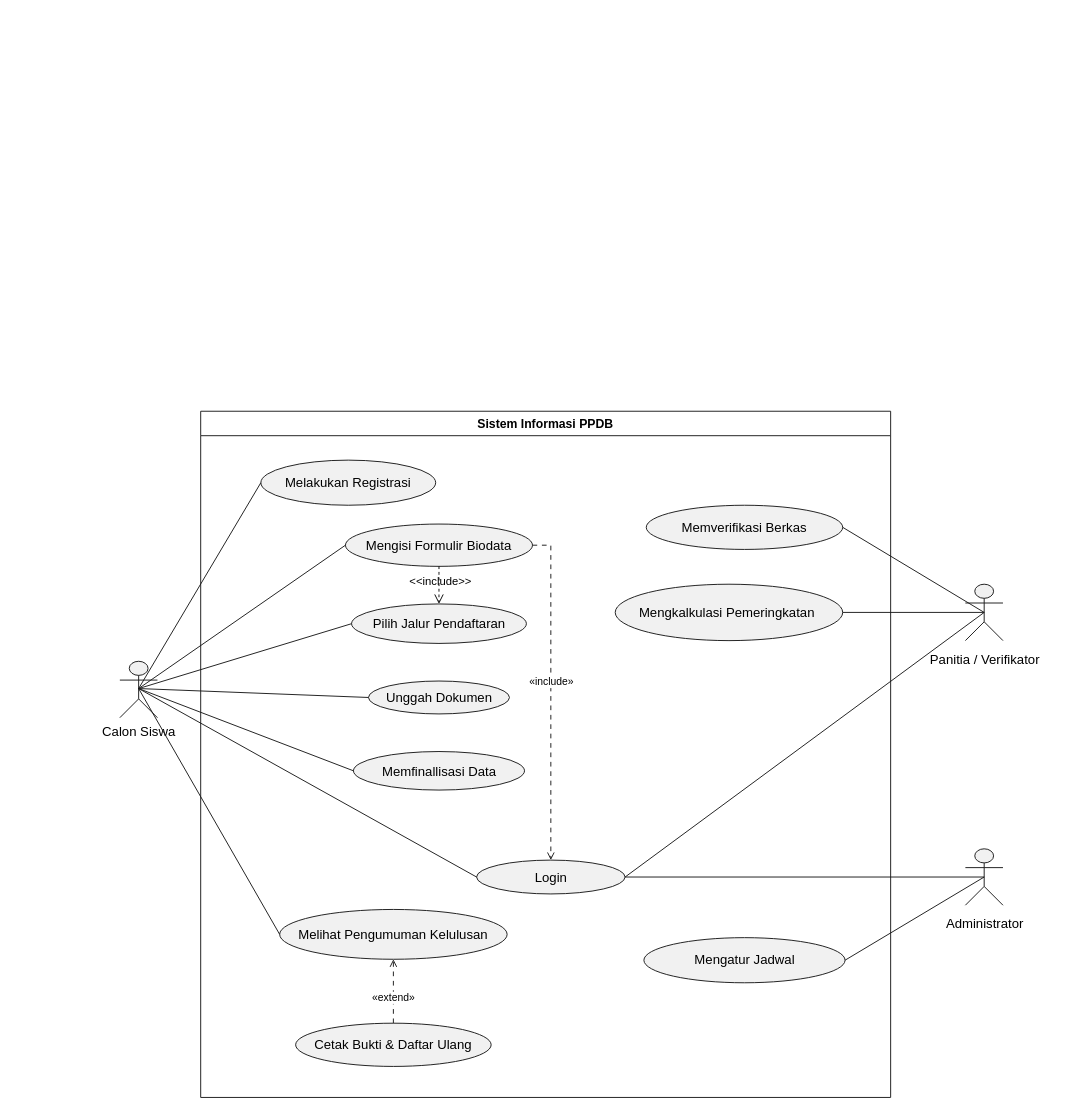
This is Use Case PPDB.drawio from Natarchh/Sistem-Informasi-Pendaftaran-Sekolah, a draw.io file, before an edit. Source tidied: cells renumbered, new cells numbered last; positions are measured from the earlier drawing's top-left corner, leaving out a move shared by most shapes. Both pictures are drawn from the tidied source at 94%, with x=0, y=0 at pixel (16, 16).
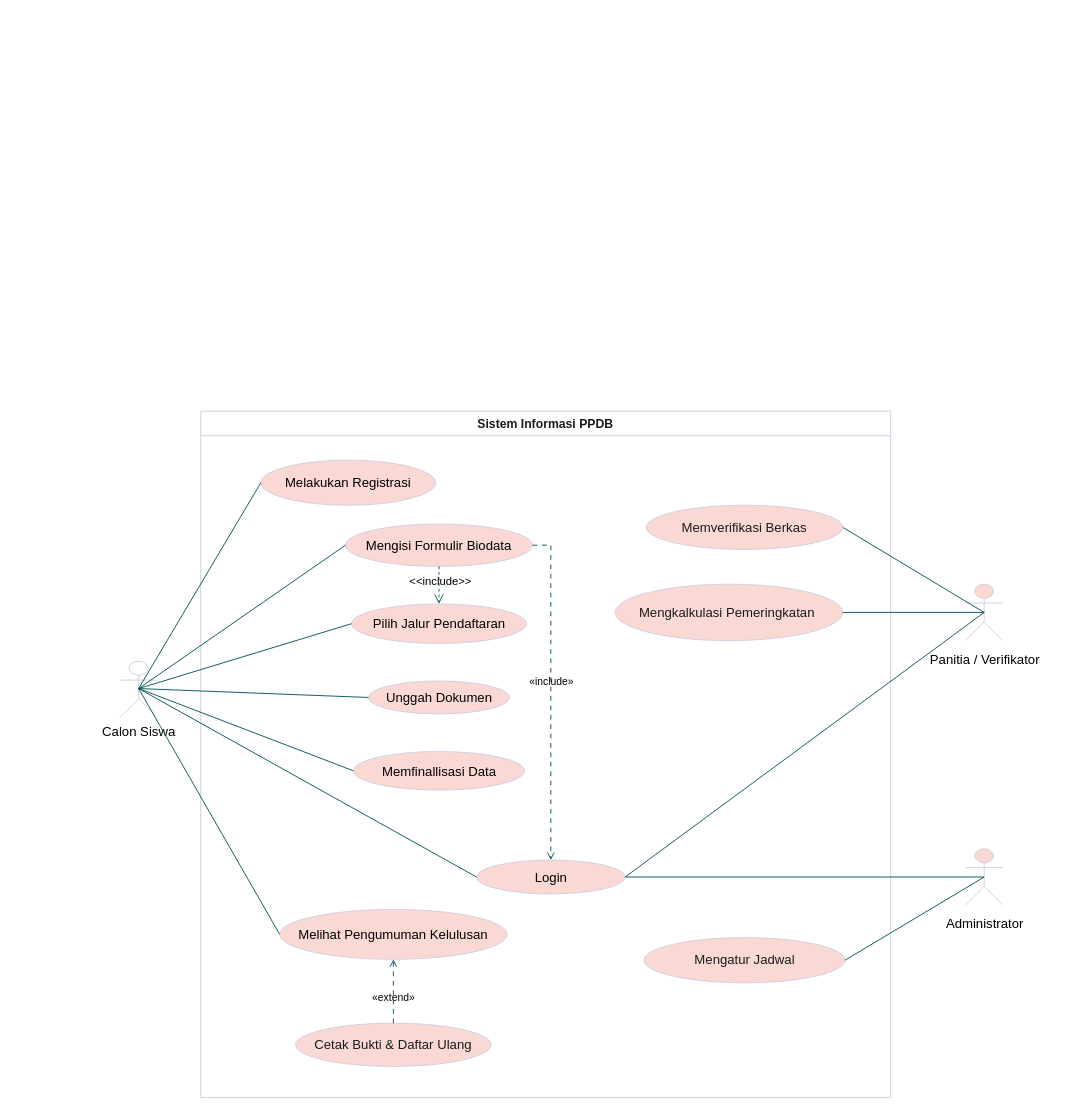
The same diagram, later.

The edit, as a diff of the source:
```diff
@@
-<mxGraphModel>
+<mxGraphModel background="light-dark(#ffffff, #121212)">
@@
-    <mxCell id="2" style="group;transparentBounds=1;editIcon=1;lockedGroup=0;groupPadding=10 10 40 10;" parent="1" vertex="1">
+    <mxCell id="2" style="group;transparentBounds=1;editIcon=1;lockedGroup=0;groupPadding=10 10 40 10;rounded=0;labelBackgroundColor=none;fontColor=#1A1A1A;" parent="1" vertex="1">
       <mxGeometry as="geometry" />
     </mxCell>
-    <mxCell id="3" value="Sistem Informasi PPDB" style="swimlane;startSize=26;fillColor=none;strokeColor=#181818;fontColor=#000000;fontSize=13;fontStyle=1;whiteSpace=wrap;" parent="2" vertex="1">
+    <mxCell id="3" value="Sistem Informasi PPDB" style="swimlane;startSize=26;fillColor=none;strokeColor=#D0CEE2;fontColor=#1A1A1A;fontSize=13;fontStyle=1;whiteSpace=wrap;rounded=0;labelBackgroundColor=none;" parent="2" vertex="1">
       <mxGeometry x="196" y="420" width="734" height="730" as="geometry" />
     </mxCell>
-    <mxCell id="4" value="Melakukan Registrasi" style="ellipse;html=1;fillColor=#F1F1F1;strokeColor=#181818;whiteSpace=wrap;fontColor=#000000;fontSize=14;" parent="3" vertex="1">
+    <mxCell id="4" value="&lt;span style=&quot;color: light-dark(rgb(0, 0, 0), rgb(0, 0, 0));&quot;&gt;Melakukan Registrasi&lt;/span&gt;" style="ellipse;html=1;fillColor=#FAD9D5;strokeColor=#D0CEE2;whiteSpace=wrap;fontColor=#1A1A1A;fontSize=14;rounded=0;labelBackgroundColor=none;" parent="3" vertex="1">
       <mxGeometry x="64" y="52" width="186" height="48" as="geometry" />
     </mxCell>
-    <mxCell id="5" value="Mengisi Formulir Biodata" style="ellipse;html=1;fillColor=#F1F1F1;strokeColor=#181818;whiteSpace=wrap;fontColor=#000000;fontSize=14;" parent="3" vertex="1">
+    <mxCell id="5" value="&lt;span style=&quot;color: light-dark(rgb(0, 0, 0), rgb(0, 0, 0));&quot;&gt;Mengisi Formulir Biodata&lt;/span&gt;" style="ellipse;html=1;fillColor=#FAD9D5;strokeColor=#D0CEE2;whiteSpace=wrap;fontColor=#1A1A1A;fontSize=14;rounded=0;labelBackgroundColor=none;" parent="3" vertex="1">
       <mxGeometry x="154" y="120" width="199" height="45" as="geometry" />
     </mxCell>
-    <mxCell id="6" value="Pilih Jalur Pendaftaran" style="ellipse;html=1;fillColor=#F1F1F1;strokeColor=#181818;whiteSpace=wrap;fontColor=#000000;fontSize=14;" parent="3" vertex="1">
+    <mxCell id="6" value="&lt;span style=&quot;color: light-dark(rgb(0, 0, 0), rgb(0, 0, 0));&quot;&gt;Pilih Jalur Pendaftaran&lt;/span&gt;" style="ellipse;html=1;fillColor=#FAD9D5;strokeColor=#D0CEE2;whiteSpace=wrap;fontColor=#1A1A1A;fontSize=14;rounded=0;labelBackgroundColor=none;" parent="3" vertex="1">
       <mxGeometry x="160.5" y="205" width="186" height="42" as="geometry" />
     </mxCell>
-    <mxCell id="7" value="Unggah Dokumen" style="ellipse;html=1;fillColor=#F1F1F1;strokeColor=#181818;whiteSpace=wrap;fontColor=#000000;fontSize=14;" parent="3" vertex="1">
+    <mxCell id="7" value="&lt;span style=&quot;color: light-dark(rgb(0, 0, 0), rgb(0, 0, 0));&quot;&gt;Unggah Dokumen&lt;/span&gt;" style="ellipse;html=1;fillColor=#FAD9D5;strokeColor=#D0CEE2;whiteSpace=wrap;fontColor=#1A1A1A;fontSize=14;rounded=0;labelBackgroundColor=none;" parent="3" vertex="1">
       <mxGeometry x="178.5" y="287" width="150" height="35" as="geometry" />
     </mxCell>
-    <mxCell id="8" value="Memfinallisasi Data" style="ellipse;html=1;fillColor=#F1F1F1;strokeColor=#181818;whiteSpace=wrap;fontColor=#000000;fontSize=14;" parent="3" vertex="1">
+    <mxCell id="8" value="&lt;span style=&quot;color: light-dark(rgb(0, 0, 0), rgb(0, 0, 0));&quot;&gt;Memfinallisasi Data&lt;/span&gt;" style="ellipse;html=1;fillColor=#FAD9D5;strokeColor=#D0CEE2;whiteSpace=wrap;fontColor=#1A1A1A;fontSize=14;rounded=0;labelBackgroundColor=none;" parent="3" vertex="1">
       <mxGeometry x="162.5" y="362" width="182" height="41" as="geometry" />
     </mxCell>
-    <mxCell id="9" value="Melihat Pengumuman Kelulusan" style="ellipse;html=1;fillColor=#F1F1F1;strokeColor=#181818;whiteSpace=wrap;fontColor=#000000;fontSize=14;" parent="3" vertex="1">
+    <mxCell id="9" value="&lt;span style=&quot;color: light-dark(rgb(0, 0, 0), rgb(0, 0, 0));&quot;&gt;Melihat Pengumuman Kelulusan&lt;/span&gt;" style="ellipse;html=1;fillColor=#FAD9D5;strokeColor=#D0CEE2;whiteSpace=wrap;fontColor=#1A1A1A;fontSize=14;rounded=0;labelBackgroundColor=none;" parent="3" vertex="1">
       <mxGeometry x="84" y="530" width="242" height="53" as="geometry" />
     </mxCell>
-    <mxCell id="10" value="Login" style="ellipse;html=1;fillColor=#F1F1F1;strokeColor=#181818;whiteSpace=wrap;fontColor=#000000;fontSize=14;" parent="3" vertex="1">
+    <mxCell id="10" value="&lt;span style=&quot;color: light-dark(rgb(0, 0, 0), rgb(0, 0, 0));&quot;&gt;Login&lt;/span&gt;" style="ellipse;html=1;fillColor=light-dark(#FAD9D5,#99FFFF);strokeColor=light-dark(#D0CEE2,#006666);whiteSpace=wrap;fontColor=#1A1A1A;fontSize=14;rounded=0;labelBackgroundColor=none;" parent="3" vertex="1">
       <mxGeometry x="293.5" y="477.5" width="158" height="36" as="geometry" />
     </mxCell>
-    <mxCell id="11" value="Memverifikasi Berkas" style="ellipse;html=1;fillColor=#F1F1F1;strokeColor=#181818;whiteSpace=wrap;fontColor=#000000;fontSize=14;" parent="3" vertex="1">
+    <mxCell id="11" value="Memverifikasi Berkas" style="ellipse;html=1;fillColor=#FAD9D5;strokeColor=#D0CEE2;whiteSpace=wrap;fontColor=#1A1A1A;fontSize=14;rounded=0;labelBackgroundColor=none;" parent="3" vertex="1">
       <mxGeometry x="474" y="100" width="209" height="47" as="geometry" />
     </mxCell>
-    <mxCell id="12" value="Mengkalkulasi Pemeringkatan&amp;nbsp;" style="ellipse;html=1;fillColor=#F1F1F1;strokeColor=#181818;whiteSpace=wrap;fontColor=#000000;fontSize=14;" parent="3" vertex="1">
+    <mxCell id="12" value="Mengkalkulasi Pemeringkatan&amp;nbsp;" style="ellipse;html=1;fillColor=#FAD9D5;strokeColor=#D0CEE2;whiteSpace=wrap;fontColor=#1A1A1A;fontSize=14;rounded=0;labelBackgroundColor=none;" parent="3" vertex="1">
       <mxGeometry x="441" y="184" width="242" height="60" as="geometry" />
     </mxCell>
-    <mxCell id="13" value="Mengatur Jadwal" style="ellipse;html=1;fillColor=#F1F1F1;strokeColor=#181818;whiteSpace=wrap;fontColor=#000000;fontSize=14;" parent="3" vertex="1">
+    <mxCell id="13" value="Mengatur Jadwal" style="ellipse;html=1;fillColor=#FAD9D5;strokeColor=#D0CEE2;whiteSpace=wrap;fontColor=#1A1A1A;fontSize=14;rounded=0;labelBackgroundColor=none;" parent="3" vertex="1">
       <mxGeometry x="471.5" y="560" width="214" height="48" as="geometry" />
     </mxCell>
-    <mxCell id="14" value="Cetak Bukti &amp;amp; Daftar Ulang" style="ellipse;html=1;fillColor=#F1F1F1;strokeColor=#181818;whiteSpace=wrap;fontColor=#000000;fontSize=14;" parent="3" vertex="1">
+    <mxCell id="14" value="Cetak Bukti &amp;amp; Daftar Ulang" style="ellipse;html=1;fillColor=#FAD9D5;strokeColor=#D0CEE2;whiteSpace=wrap;fontColor=#1A1A1A;fontSize=14;rounded=0;labelBackgroundColor=none;" parent="3" vertex="1">
       <mxGeometry x="101" y="651" width="208" height="46" as="geometry" />
     </mxCell>
-    <mxCell id="15" value="«include»" style="endArrow=open;dashed=1;dashPattern=5 5;strokeColor=#181818;fontColor=#000000;fontSize=11;edgeStyle=none;rounded=0;html=1;curved=0;endSize=6;sourcePerimeterSpacing=0;targetPerimeterSpacing=0;exitX=1;exitY=0.5;exitDx=0;exitDy=0;" parent="3" edge="1" source="5" target="10">
+    <mxCell id="15" value="&lt;span style=&quot;color: light-dark(rgb(0, 0, 0), rgb(0, 0, 0));&quot;&gt;«include»&lt;/span&gt;" style="endArrow=open;dashed=1;dashPattern=5 5;strokeColor=#09555B;fontColor=default;fontSize=11;edgeStyle=none;rounded=0;html=1;curved=0;endSize=6;sourcePerimeterSpacing=0;targetPerimeterSpacing=0;exitX=1;exitY=0.5;exitDx=0;exitDy=0;labelBackgroundColor=none;" parent="3" edge="1" source="5" target="10">
       <mxGeometry x="-0.07" relative="1" as="geometry">
         <Array as="points">
           <mxPoint x="372.5" y="142.5" />
         </Array>
       </mxGeometry>
     </mxCell>
-    <mxCell id="16" value="«extend»" style="endArrow=open;dashed=1;dashPattern=5 5;strokeColor=#181818;fontColor=#000000;fontSize=11;edgeStyle=none;rounded=0;html=1;curved=0;endSize=6;sourcePerimeterSpacing=0;targetPerimeterSpacing=0;entryX=0.5;entryY=1;entryDx=0;entryDy=0;" parent="3" edge="1" source="14" target="9">
+    <mxCell id="16" value="&lt;span style=&quot;color: light-dark(rgb(0, 0, 0), rgb(0, 0, 0));&quot;&gt;«extend»&lt;/span&gt;" style="endArrow=open;dashed=1;dashPattern=5 5;strokeColor=#09555B;fontColor=default;fontSize=11;edgeStyle=none;rounded=0;html=1;curved=0;endSize=6;sourcePerimeterSpacing=0;targetPerimeterSpacing=0;entryX=0.5;entryY=1;entryDx=0;entryDy=0;labelBackgroundColor=none;" parent="3" edge="1" source="14" target="9">
       <mxGeometry x="-0.2" relative="1" as="geometry" />
     </mxCell>
-    <mxCell id="17" value="&amp;lt;&amp;lt;include&amp;gt;&amp;gt;" style="html=1;verticalAlign=bottom;labelBackgroundColor=none;endArrow=open;endFill=0;dashed=1;rounded=0;fontSize=12;startSize=8;endSize=8;curved=1;" parent="3" edge="1" source="5" target="6">
+    <mxCell id="17" value="&lt;span style=&quot;color: light-dark(rgb(0, 0, 0), rgb(0, 0, 0));&quot;&gt;&amp;lt;&amp;lt;include&amp;gt;&amp;gt;&lt;/span&gt;" style="html=1;verticalAlign=bottom;labelBackgroundColor=none;endArrow=open;endFill=0;dashed=1;rounded=0;fontSize=12;startSize=8;endSize=8;curved=1;strokeColor=#09555B;fontColor=default;" parent="3" edge="1" source="5" target="6">
       <mxGeometry x="0.25" y="1" relative="1" as="geometry" />
     </mxCell>
-    <mxCell id="18" style="shape=umlActor;html=1;fillColor=#F1F1F1;strokeColor=#181818;fontColor=#000000;fontSize=14;" parent="2" vertex="1">
+    <mxCell id="18" style="shape=umlActor;html=1;fillColor=none;strokeColor=#D0CEE2;fontColor=#1A1A1A;fontSize=14;rounded=0;labelBackgroundColor=none;" parent="2" vertex="1">
       <mxGeometry x="110" y="686" width="40" height="60" as="geometry" />
     </mxCell>
-    <mxCell id="19" value="Calon Siswa" style="text;html=1;align=center;verticalAlign=top;fontColor=#000000;fontSize=14;" parent="2" vertex="1">
+    <mxCell id="19" value="&lt;span style=&quot;color: light-dark(rgb(0, 0, 0), rgb(0, 0, 0));&quot;&gt;Calon Siswa&lt;/span&gt;" style="text;html=1;align=center;verticalAlign=top;fontColor=#1A1A1A;fontSize=14;rounded=0;labelBackgroundColor=none;" parent="2" vertex="1">
       <mxGeometry x="84" y="746" width="92" height="17" as="geometry" />
     </mxCell>
-    <mxCell id="20" style="shape=umlActor;html=1;fillColor=#F1F1F1;strokeColor=#181818;fontColor=#000000;fontSize=14;" parent="2" vertex="1">
+    <mxCell id="20" style="shape=umlActor;html=1;fillColor=#FAD9D5;strokeColor=#D0CEE2;fontColor=#1A1A1A;fontSize=14;rounded=0;labelBackgroundColor=none;" parent="2" vertex="1">
       <mxGeometry x="1009.5" y="604" width="40" height="60" as="geometry" />
     </mxCell>
-    <mxCell id="21" value="Panitia / Verifikator" style="text;html=1;align=center;verticalAlign=top;fontColor=#000000;fontSize=14;" parent="2" vertex="1">
+    <mxCell id="21" value="&lt;span style=&quot;color: light-dark(rgb(0, 0, 0), rgb(0, 0, 0));&quot;&gt;Panitia / Verifikator&lt;/span&gt;" style="text;html=1;align=center;verticalAlign=top;fontColor=#1A1A1A;fontSize=14;rounded=0;labelBackgroundColor=none;" parent="2" vertex="1">
       <mxGeometry x="955.5" y="669" width="148" height="17" as="geometry" />
     </mxCell>
-    <mxCell id="22" style="shape=umlActor;html=1;fillColor=#F1F1F1;strokeColor=#181818;fontColor=#000000;fontSize=14;" parent="2" vertex="1">
+    <mxCell id="22" style="shape=umlActor;html=1;fillColor=#FAD9D5;strokeColor=#D0CEE2;fontColor=#1A1A1A;fontSize=14;rounded=0;labelBackgroundColor=none;" parent="2" vertex="1">
       <mxGeometry x="1009.5" y="885.5" width="40" height="60" as="geometry" />
     </mxCell>
-    <mxCell id="23" style="endArrow=none;strokeColor=#181818;fontColor=#000000;fontSize=11;edgeStyle=none;rounded=0;html=1;curved=0;endSize=6;sourcePerimeterSpacing=0;targetPerimeterSpacing=0;exitX=0.5;exitY=0.5;exitDx=0;exitDy=0;exitPerimeter=0;entryX=0;entryY=0.5;entryDx=0;entryDy=0;" parent="2" edge="1" target="4">
+    <mxCell id="23" style="endArrow=none;strokeColor=#09555B;fontColor=default;fontSize=11;edgeStyle=none;rounded=0;html=1;curved=0;endSize=6;sourcePerimeterSpacing=0;targetPerimeterSpacing=0;exitX=0.5;exitY=0.5;exitDx=0;exitDy=0;exitPerimeter=0;entryX=0;entryY=0.5;entryDx=0;entryDy=0;labelBackgroundColor=none;" parent="2" edge="1" target="4">
       <mxGeometry relative="1" as="geometry">
         <mxPoint x="130" y="715" as="sourcePoint" />
       </mxGeometry>
     </mxCell>
-    <mxCell id="24" style="endArrow=none;strokeColor=#181818;fontColor=#000000;fontSize=11;edgeStyle=none;rounded=0;html=1;exitX=0.5;exitY=0.5;exitPerimeter=0;curved=0;endSize=6;sourcePerimeterSpacing=0;targetPerimeterSpacing=0;exitDx=0;exitDy=0;entryX=0;entryY=0.5;entryDx=0;entryDy=0;" parent="2" edge="1" target="10">
+    <mxCell id="24" style="endArrow=none;strokeColor=#09555B;fontColor=default;fontSize=11;edgeStyle=none;rounded=0;html=1;exitX=0.5;exitY=0.5;exitPerimeter=0;curved=0;endSize=6;sourcePerimeterSpacing=0;targetPerimeterSpacing=0;exitDx=0;exitDy=0;entryX=0;entryY=0.5;entryDx=0;entryDy=0;labelBackgroundColor=none;" parent="2" edge="1" target="10">
       <mxGeometry relative="1" as="geometry">
         <mxPoint x="130" y="715" as="sourcePoint" />
       </mxGeometry>
     </mxCell>
-    <mxCell id="25" style="endArrow=none;strokeColor=#181818;fontColor=#000000;fontSize=11;edgeStyle=none;rounded=0;html=1;curved=0;endSize=6;sourcePerimeterSpacing=0;targetPerimeterSpacing=0;exitX=0.5;exitY=0.5;exitDx=0;exitDy=0;exitPerimeter=0;entryX=0;entryY=0.5;entryDx=0;entryDy=0;" parent="2" edge="1" target="5">
+    <mxCell id="25" style="endArrow=none;strokeColor=#09555B;fontColor=default;fontSize=11;edgeStyle=none;rounded=0;html=1;curved=0;endSize=6;sourcePerimeterSpacing=0;targetPerimeterSpacing=0;exitX=0.5;exitY=0.5;exitDx=0;exitDy=0;exitPerimeter=0;entryX=0;entryY=0.5;entryDx=0;entryDy=0;labelBackgroundColor=none;" parent="2" edge="1" target="5">
       <mxGeometry relative="1" as="geometry">
         <mxPoint x="130" y="715" as="sourcePoint" />
       </mxGeometry>
     </mxCell>
-    <mxCell id="26" style="endArrow=none;strokeColor=#181818;fontColor=#000000;fontSize=11;edgeStyle=none;rounded=0;html=1;curved=0;endSize=6;sourcePerimeterSpacing=0;targetPerimeterSpacing=0;exitX=0.5;exitY=0.5;exitDx=0;exitDy=0;exitPerimeter=0;entryX=0;entryY=0.5;entryDx=0;entryDy=0;" parent="2" edge="1" target="6">
+    <mxCell id="26" style="endArrow=none;strokeColor=#09555B;fontColor=default;fontSize=11;edgeStyle=none;rounded=0;html=1;curved=0;endSize=6;sourcePerimeterSpacing=0;targetPerimeterSpacing=0;exitX=0.5;exitY=0.5;exitDx=0;exitDy=0;exitPerimeter=0;entryX=0;entryY=0.5;entryDx=0;entryDy=0;labelBackgroundColor=none;" parent="2" edge="1" target="6">
       <mxGeometry relative="1" as="geometry">
         <mxPoint x="130" y="715" as="sourcePoint" />
       </mxGeometry>
     </mxCell>
-    <mxCell id="27" style="endArrow=none;strokeColor=#181818;fontColor=#000000;fontSize=11;edgeStyle=none;rounded=0;html=1;curved=0;endSize=6;sourcePerimeterSpacing=0;targetPerimeterSpacing=0;exitX=0.5;exitY=0.5;exitDx=0;exitDy=0;exitPerimeter=0;entryX=0;entryY=0.5;entryDx=0;entryDy=0;" parent="2" edge="1" target="7">
+    <mxCell id="27" style="endArrow=none;strokeColor=#09555B;fontColor=default;fontSize=11;edgeStyle=none;rounded=0;html=1;curved=0;endSize=6;sourcePerimeterSpacing=0;targetPerimeterSpacing=0;exitX=0.5;exitY=0.5;exitDx=0;exitDy=0;exitPerimeter=0;entryX=0;entryY=0.5;entryDx=0;entryDy=0;labelBackgroundColor=none;" parent="2" edge="1" target="7">
       <mxGeometry relative="1" as="geometry">
         <mxPoint x="130" y="715" as="sourcePoint" />
       </mxGeometry>
     </mxCell>
-    <mxCell id="28" style="endArrow=none;strokeColor=#181818;fontColor=#000000;fontSize=11;edgeStyle=none;rounded=0;html=1;curved=0;endSize=6;sourcePerimeterSpacing=0;targetPerimeterSpacing=0;exitX=0.5;exitY=0.5;exitDx=0;exitDy=0;exitPerimeter=0;entryX=0;entryY=0.5;entryDx=0;entryDy=0;" parent="2" edge="1" target="8">
+    <mxCell id="28" style="endArrow=none;strokeColor=#09555B;fontColor=default;fontSize=11;edgeStyle=none;rounded=0;html=1;curved=0;endSize=6;sourcePerimeterSpacing=0;targetPerimeterSpacing=0;exitX=0.5;exitY=0.5;exitDx=0;exitDy=0;exitPerimeter=0;entryX=0;entryY=0.5;entryDx=0;entryDy=0;labelBackgroundColor=none;" parent="2" edge="1" target="8">
       <mxGeometry relative="1" as="geometry">
         <mxPoint x="130" y="715" as="sourcePoint" />
       </mxGeometry>
     </mxCell>
-    <mxCell id="29" style="endArrow=none;strokeColor=#181818;fontColor=#000000;fontSize=11;edgeStyle=none;rounded=0;html=1;exitX=0.5;exitY=0.5;exitPerimeter=0;curved=0;endSize=6;sourcePerimeterSpacing=0;targetPerimeterSpacing=0;exitDx=0;exitDy=0;entryX=0;entryY=0.5;entryDx=0;entryDy=0;" parent="2" edge="1" target="9">
+    <mxCell id="29" style="endArrow=none;strokeColor=#09555B;fontColor=default;fontSize=11;edgeStyle=none;rounded=0;html=1;exitX=0.5;exitY=0.5;exitPerimeter=0;curved=0;endSize=6;sourcePerimeterSpacing=0;targetPerimeterSpacing=0;exitDx=0;exitDy=0;entryX=0;entryY=0.5;entryDx=0;entryDy=0;labelBackgroundColor=none;" parent="2" edge="1" target="9">
       <mxGeometry relative="1" as="geometry">
         <mxPoint x="130" y="715" as="sourcePoint" />
       </mxGeometry>
     </mxCell>
-    <mxCell id="30" style="endArrow=none;strokeColor=#181818;fontColor=#000000;fontSize=11;edgeStyle=none;rounded=0;html=1;curved=0;endSize=6;sourcePerimeterSpacing=0;targetPerimeterSpacing=0;exitX=0.5;exitY=0.5;exitDx=0;exitDy=0;exitPerimeter=0;entryX=1;entryY=0.5;entryDx=0;entryDy=0;" parent="2" edge="1" source="20" target="10">
+    <mxCell id="30" style="endArrow=none;strokeColor=#09555B;fontColor=default;fontSize=11;edgeStyle=none;rounded=0;html=1;curved=0;endSize=6;sourcePerimeterSpacing=0;targetPerimeterSpacing=0;exitX=0.5;exitY=0.5;exitDx=0;exitDy=0;exitPerimeter=0;entryX=1;entryY=0.5;entryDx=0;entryDy=0;labelBackgroundColor=none;" parent="2" edge="1" source="20" target="10">
       <mxGeometry relative="1" as="geometry" />
     </mxCell>
-    <mxCell id="31" style="endArrow=none;strokeColor=#181818;fontColor=#000000;fontSize=11;edgeStyle=none;rounded=0;html=1;curved=0;endSize=6;sourcePerimeterSpacing=0;targetPerimeterSpacing=0;exitX=0.5;exitY=0.5;exitDx=0;exitDy=0;exitPerimeter=0;entryX=1;entryY=0.5;entryDx=0;entryDy=0;" parent="2" edge="1" source="20" target="11">
+    <mxCell id="31" style="endArrow=none;strokeColor=#09555B;fontColor=default;fontSize=11;edgeStyle=none;rounded=0;html=1;curved=0;endSize=6;sourcePerimeterSpacing=0;targetPerimeterSpacing=0;exitX=0.5;exitY=0.5;exitDx=0;exitDy=0;exitPerimeter=0;entryX=1;entryY=0.5;entryDx=0;entryDy=0;labelBackgroundColor=none;" parent="2" edge="1" source="20" target="11">
       <mxGeometry relative="1" as="geometry" />
     </mxCell>
-    <mxCell id="32" style="endArrow=none;strokeColor=#181818;fontColor=#000000;fontSize=11;edgeStyle=none;rounded=0;html=1;exitX=0.5;exitY=0.5;exitPerimeter=0;curved=0;endSize=6;sourcePerimeterSpacing=0;targetPerimeterSpacing=0;exitDx=0;exitDy=0;entryX=1;entryY=0.5;entryDx=0;entryDy=0;" parent="2" edge="1" source="20" target="12">
+    <mxCell id="32" style="endArrow=none;strokeColor=#09555B;fontColor=default;fontSize=11;edgeStyle=none;rounded=0;html=1;exitX=0.5;exitY=0.5;exitPerimeter=0;curved=0;endSize=6;sourcePerimeterSpacing=0;targetPerimeterSpacing=0;exitDx=0;exitDy=0;entryX=1;entryY=0.5;entryDx=0;entryDy=0;labelBackgroundColor=none;" parent="2" edge="1" source="20" target="12">
       <mxGeometry relative="1" as="geometry" />
     </mxCell>
-    <mxCell id="33" style="endArrow=none;strokeColor=#181818;fontColor=#000000;fontSize=11;edgeStyle=none;rounded=0;html=1;curved=0;endSize=6;sourcePerimeterSpacing=0;targetPerimeterSpacing=0;exitX=0.5;exitY=0.5;exitDx=0;exitDy=0;exitPerimeter=0;" parent="2" edge="1" source="22" target="10">
+    <mxCell id="33" style="endArrow=none;strokeColor=#09555B;fontColor=default;fontSize=11;edgeStyle=none;rounded=0;html=1;curved=0;endSize=6;sourcePerimeterSpacing=0;targetPerimeterSpacing=0;exitX=0.5;exitY=0.5;exitDx=0;exitDy=0;exitPerimeter=0;labelBackgroundColor=none;" parent="2" edge="1" source="22" target="10">
       <mxGeometry relative="1" as="geometry" />
     </mxCell>
-    <mxCell id="34" style="endArrow=none;strokeColor=#181818;fontColor=#000000;fontSize=11;edgeStyle=none;rounded=0;html=1;exitX=0.5;exitY=0.5;exitPerimeter=0;curved=0;endSize=6;sourcePerimeterSpacing=0;targetPerimeterSpacing=0;exitDx=0;exitDy=0;entryX=1;entryY=0.5;entryDx=0;entryDy=0;" parent="2" edge="1" source="22" target="13">
+    <mxCell id="34" style="endArrow=none;strokeColor=#09555B;fontColor=default;fontSize=11;edgeStyle=none;rounded=0;html=1;exitX=0.5;exitY=0.5;exitPerimeter=0;curved=0;endSize=6;sourcePerimeterSpacing=0;targetPerimeterSpacing=0;exitDx=0;exitDy=0;entryX=1;entryY=0.5;entryDx=0;entryDy=0;labelBackgroundColor=none;" parent="2" edge="1" source="22" target="13">
       <mxGeometry relative="1" as="geometry" />
     </mxCell>
-    <mxCell id="35" value="Administrator" style="text;html=1;align=center;verticalAlign=top;fontColor=#000000;fontSize=14;" parent="2" vertex="1">
+    <mxCell id="35" value="&lt;span style=&quot;color: light-dark(rgb(0, 0, 0), rgb(0, 0, 0));&quot;&gt;Administrator&lt;/span&gt;" style="text;html=1;align=center;verticalAlign=top;fontColor=#1A1A1A;fontSize=14;rounded=0;labelBackgroundColor=none;" parent="2" vertex="1">
       <mxGeometry x="980" y="950" width="99" height="17" as="geometry" />
     </mxCell>
```
